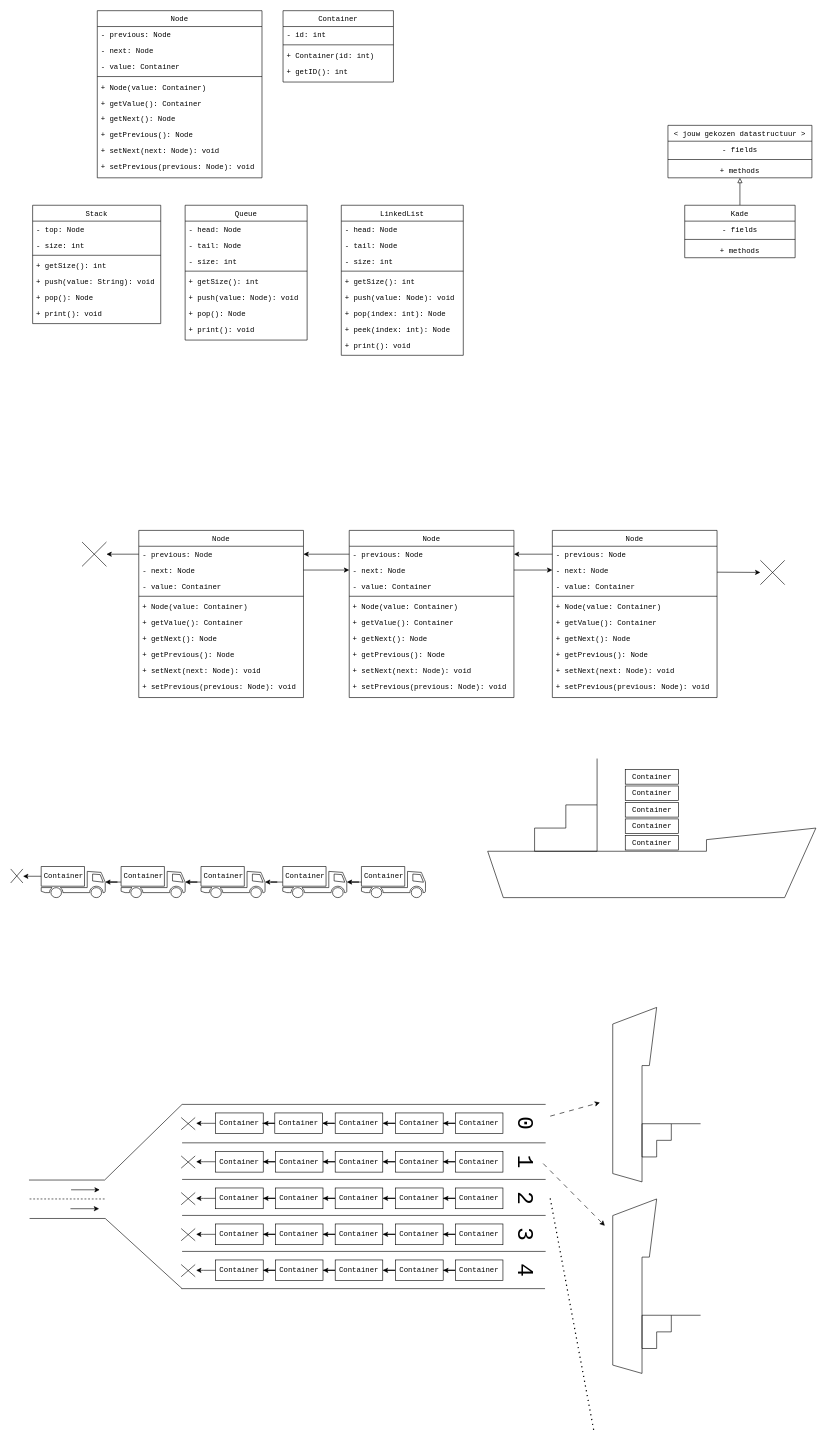
This is java3/8/Uitwerking/assets.drawio from mskelo/progdemocode, a draw.io file, before an edit. Source tidied: cells renumbered, new cells numbered last; positions are measured from the earlier drawing's top-left corner, leaving out a move shared by most shapes. Both pictures are drawn from the tidied source at 61%, with x=0, y=0 at pixel (10, 10).
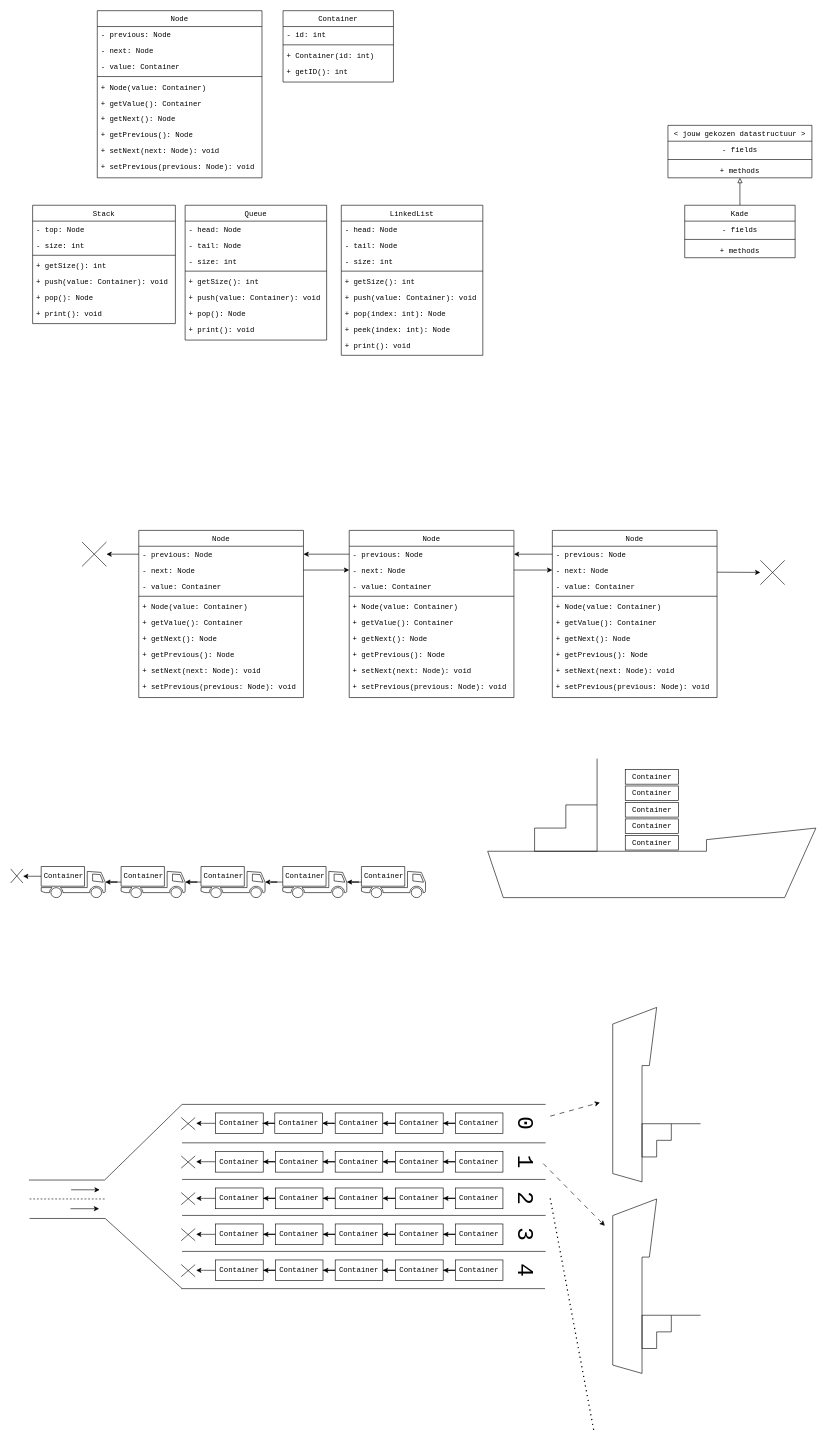
The same diagram, later.

Diff of the diagram source:
```diff
@@
     <mxCell id="149" value="Stack" style="swimlane;fontStyle=0;align=center;verticalAlign=top;horizontal=1;startSize=26;rounded=0;shadow=0;strokeWidth=1;fontFamily=Courier New;" parent="1" vertex="1">
-      <mxGeometry x="36" y="319" width="210" height="194" as="geometry" />
+      <mxGeometry x="36" y="319" width="234" height="194" as="geometry" />
     </mxCell>
     <mxCell id="150" value="- top: Node" style="text;align=left;verticalAlign=top;spacingLeft=4;spacingRight=4;overflow=hidden;rounded=0;shadow=0;html=0;fontFamily=Courier New;" parent="149" vertex="1">
-      <mxGeometry y="26" width="210" height="26" as="geometry" />
+      <mxGeometry y="26" width="234" height="26" as="geometry" />
     </mxCell>
     <mxCell id="151" value="- size: int" style="text;align=left;verticalAlign=top;spacingLeft=4;spacingRight=4;overflow=hidden;rounded=0;shadow=0;html=0;fontFamily=Courier New;" parent="149" vertex="1">
-      <mxGeometry y="52" width="210" height="26" as="geometry" />
+      <mxGeometry y="52" width="234" height="26" as="geometry" />
     </mxCell>
     <mxCell id="152" style="line;html=1;strokeWidth=1;align=left;verticalAlign=middle;spacingTop=-1;spacingLeft=3;spacingRight=3;labelPosition=right;fontFamily=Courier New;" parent="149" vertex="1">
-      <mxGeometry y="78" width="210" height="8" as="geometry" />
+      <mxGeometry y="78" width="234" height="8" as="geometry" />
     </mxCell>
     <mxCell id="153" value="+ getSize(): int" style="text;align=left;verticalAlign=top;spacingLeft=4;spacingRight=4;overflow=hidden;fontFamily=Courier New;" parent="149" vertex="1">
-      <mxGeometry y="86" width="210" height="26" as="geometry" />
+      <mxGeometry y="86" width="234" height="26" as="geometry" />
     </mxCell>
-    <mxCell id="154" value="+ push(value: String): void" style="text;align=left;verticalAlign=top;spacingLeft=4;spacingRight=4;overflow=hidden;fontFamily=Courier New;" parent="149" vertex="1">
-      <mxGeometry y="112" width="210" height="26" as="geometry" />
+    <mxCell id="154" value="+ push(value: Container): void" style="text;align=left;verticalAlign=top;spacingLeft=4;spacingRight=4;overflow=hidden;fontFamily=Courier New;" parent="149" vertex="1">
+      <mxGeometry y="112" width="234" height="26" as="geometry" />
     </mxCell>
     <mxCell id="155" value="+ pop(): Node" style="text;align=left;verticalAlign=top;spacingLeft=4;spacingRight=4;overflow=hidden;fontFamily=Courier New;" parent="149" vertex="1">
-      <mxGeometry y="138" width="210" height="26" as="geometry" />
+      <mxGeometry y="138" width="234" height="26" as="geometry" />
     </mxCell>
     <mxCell id="156" value="+ print(): void" style="text;align=left;verticalAlign=top;spacingLeft=4;spacingRight=4;overflow=hidden;fontFamily=Courier New;" parent="149" vertex="1">
-      <mxGeometry y="164" width="210" height="26" as="geometry" />
+      <mxGeometry y="164" width="234" height="26" as="geometry" />
     </mxCell>
     <mxCell id="157" value="Queue" style="swimlane;fontStyle=0;align=center;verticalAlign=top;horizontal=1;startSize=26;rounded=0;shadow=0;strokeWidth=1;fontFamily=Courier New;" parent="1" vertex="1">
-      <mxGeometry x="286" y="319" width="200" height="221" as="geometry" />
+      <mxGeometry x="286" y="319" width="232" height="221" as="geometry" />
     </mxCell>
     <mxCell id="158" value="- head: Node" style="text;align=left;verticalAlign=top;spacingLeft=4;spacingRight=4;overflow=hidden;rounded=0;shadow=0;html=0;fontFamily=Courier New;" parent="157" vertex="1">
-      <mxGeometry y="26" width="200" height="26" as="geometry" />
+      <mxGeometry y="26" width="232" height="26" as="geometry" />
     </mxCell>
     <mxCell id="159" value="- tail: Node" style="text;align=left;verticalAlign=top;spacingLeft=4;spacingRight=4;overflow=hidden;rounded=0;shadow=0;html=0;fontFamily=Courier New;" parent="157" vertex="1">
-      <mxGeometry y="52" width="200" height="26" as="geometry" />
+      <mxGeometry y="52" width="232" height="26" as="geometry" />
     </mxCell>
     <mxCell id="160" value="- size: int" style="text;align=left;verticalAlign=top;spacingLeft=4;spacingRight=4;overflow=hidden;rounded=0;shadow=0;html=0;fontFamily=Courier New;" parent="157" vertex="1">
-      <mxGeometry y="78" width="200" height="26" as="geometry" />
+      <mxGeometry y="78" width="232" height="26" as="geometry" />
     </mxCell>
     <mxCell id="161" style="line;html=1;strokeWidth=1;align=left;verticalAlign=middle;spacingTop=-1;spacingLeft=3;spacingRight=3;labelPosition=right;fontFamily=Courier New;" parent="157" vertex="1">
-      <mxGeometry y="104" width="200" height="8" as="geometry" />
+      <mxGeometry y="104" width="232" height="8" as="geometry" />
     </mxCell>
     <mxCell id="162" value="+ getSize(): int" style="text;align=left;verticalAlign=top;spacingLeft=4;spacingRight=4;overflow=hidden;fontFamily=Courier New;" parent="157" vertex="1">
-      <mxGeometry y="112" width="200" height="26" as="geometry" />
+      <mxGeometry y="112" width="232" height="26" as="geometry" />
     </mxCell>
-    <mxCell id="163" value="+ push(value: Node): void" style="text;align=left;verticalAlign=top;spacingLeft=4;spacingRight=4;overflow=hidden;fontFamily=Courier New;" parent="157" vertex="1">
-      <mxGeometry y="138" width="200" height="26" as="geometry" />
+    <mxCell id="163" value="+ push(value: Container): void" style="text;align=left;verticalAlign=top;spacingLeft=4;spacingRight=4;overflow=hidden;fontFamily=Courier New;" parent="157" vertex="1">
+      <mxGeometry y="138" width="232" height="26" as="geometry" />
     </mxCell>
     <mxCell id="164" value="+ pop(): Node" style="text;align=left;verticalAlign=top;spacingLeft=4;spacingRight=4;overflow=hidden;fontFamily=Courier New;" parent="157" vertex="1">
-      <mxGeometry y="164" width="200" height="26" as="geometry" />
+      <mxGeometry y="164" width="232" height="26" as="geometry" />
     </mxCell>
     <mxCell id="165" value="+ print(): void" style="text;align=left;verticalAlign=top;spacingLeft=4;spacingRight=4;overflow=hidden;fontFamily=Courier New;" parent="157" vertex="1">
-      <mxGeometry y="190" width="200" height="26" as="geometry" />
+      <mxGeometry y="190" width="232" height="26" as="geometry" />
     </mxCell>
@@
     <mxCell id="182" value="LinkedList" style="swimlane;fontStyle=0;align=center;verticalAlign=top;horizontal=1;startSize=26;rounded=0;shadow=0;strokeWidth=1;fontFamily=Courier New;" parent="1" vertex="1">
-      <mxGeometry x="542" y="319" width="200" height="246" as="geometry" />
+      <mxGeometry x="542" y="319" width="232" height="246" as="geometry" />
     </mxCell>
     <mxCell id="183" value="- head: Node" style="text;align=left;verticalAlign=top;spacingLeft=4;spacingRight=4;overflow=hidden;rounded=0;shadow=0;html=0;fontFamily=Courier New;" parent="182" vertex="1">
-      <mxGeometry y="26" width="200" height="26" as="geometry" />
+      <mxGeometry y="26" width="232" height="26" as="geometry" />
     </mxCell>
     <mxCell id="184" value="- tail: Node" style="text;align=left;verticalAlign=top;spacingLeft=4;spacingRight=4;overflow=hidden;rounded=0;shadow=0;html=0;fontFamily=Courier New;" parent="182" vertex="1">
-      <mxGeometry y="52" width="200" height="26" as="geometry" />
+      <mxGeometry y="52" width="232" height="26" as="geometry" />
     </mxCell>
     <mxCell id="185" value="- size: int" style="text;align=left;verticalAlign=top;spacingLeft=4;spacingRight=4;overflow=hidden;rounded=0;shadow=0;html=0;fontFamily=Courier New;" parent="182" vertex="1">
-      <mxGeometry y="78" width="200" height="26" as="geometry" />
+      <mxGeometry y="78" width="232" height="26" as="geometry" />
     </mxCell>
     <mxCell id="186" style="line;html=1;strokeWidth=1;align=left;verticalAlign=middle;spacingTop=-1;spacingLeft=3;spacingRight=3;labelPosition=right;fontFamily=Courier New;" parent="182" vertex="1">
-      <mxGeometry y="104" width="200" height="8" as="geometry" />
+      <mxGeometry y="104" width="232" height="8" as="geometry" />
     </mxCell>
     <mxCell id="187" value="+ getSize(): int" style="text;align=left;verticalAlign=top;spacingLeft=4;spacingRight=4;overflow=hidden;fontFamily=Courier New;" parent="182" vertex="1">
-      <mxGeometry y="112" width="200" height="26" as="geometry" />
+      <mxGeometry y="112" width="232" height="26" as="geometry" />
     </mxCell>
-    <mxCell id="188" value="+ push(value: Node): void" style="text;align=left;verticalAlign=top;spacingLeft=4;spacingRight=4;overflow=hidden;fontFamily=Courier New;" parent="182" vertex="1">
-      <mxGeometry y="138" width="200" height="26" as="geometry" />
+    <mxCell id="188" value="+ push(value: Container): void" style="text;align=left;verticalAlign=top;spacingLeft=4;spacingRight=4;overflow=hidden;fontFamily=Courier New;" parent="182" vertex="1">
+      <mxGeometry y="138" width="232" height="26" as="geometry" />
     </mxCell>
     <mxCell id="189" value="+ pop(index: int): Node" style="text;align=left;verticalAlign=top;spacingLeft=4;spacingRight=4;overflow=hidden;fontFamily=Courier New;" parent="182" vertex="1">
-      <mxGeometry y="164" width="200" height="26" as="geometry" />
+      <mxGeometry y="164" width="232" height="26" as="geometry" />
     </mxCell>
     <mxCell id="190" value="+ peek(index: int): Node" style="text;align=left;verticalAlign=top;spacingLeft=4;spacingRight=4;overflow=hidden;fontFamily=Courier New;" parent="182" vertex="1">
-      <mxGeometry y="190" width="200" height="26" as="geometry" />
+      <mxGeometry y="190" width="232" height="26" as="geometry" />
     </mxCell>
     <mxCell id="191" value="+ print(): void" style="text;align=left;verticalAlign=top;spacingLeft=4;spacingRight=4;overflow=hidden;fontFamily=Courier New;" parent="182" vertex="1">
-      <mxGeometry y="216" width="200" height="26" as="geometry" />
+      <mxGeometry y="216" width="232" height="26" as="geometry" />
     </mxCell>
```
